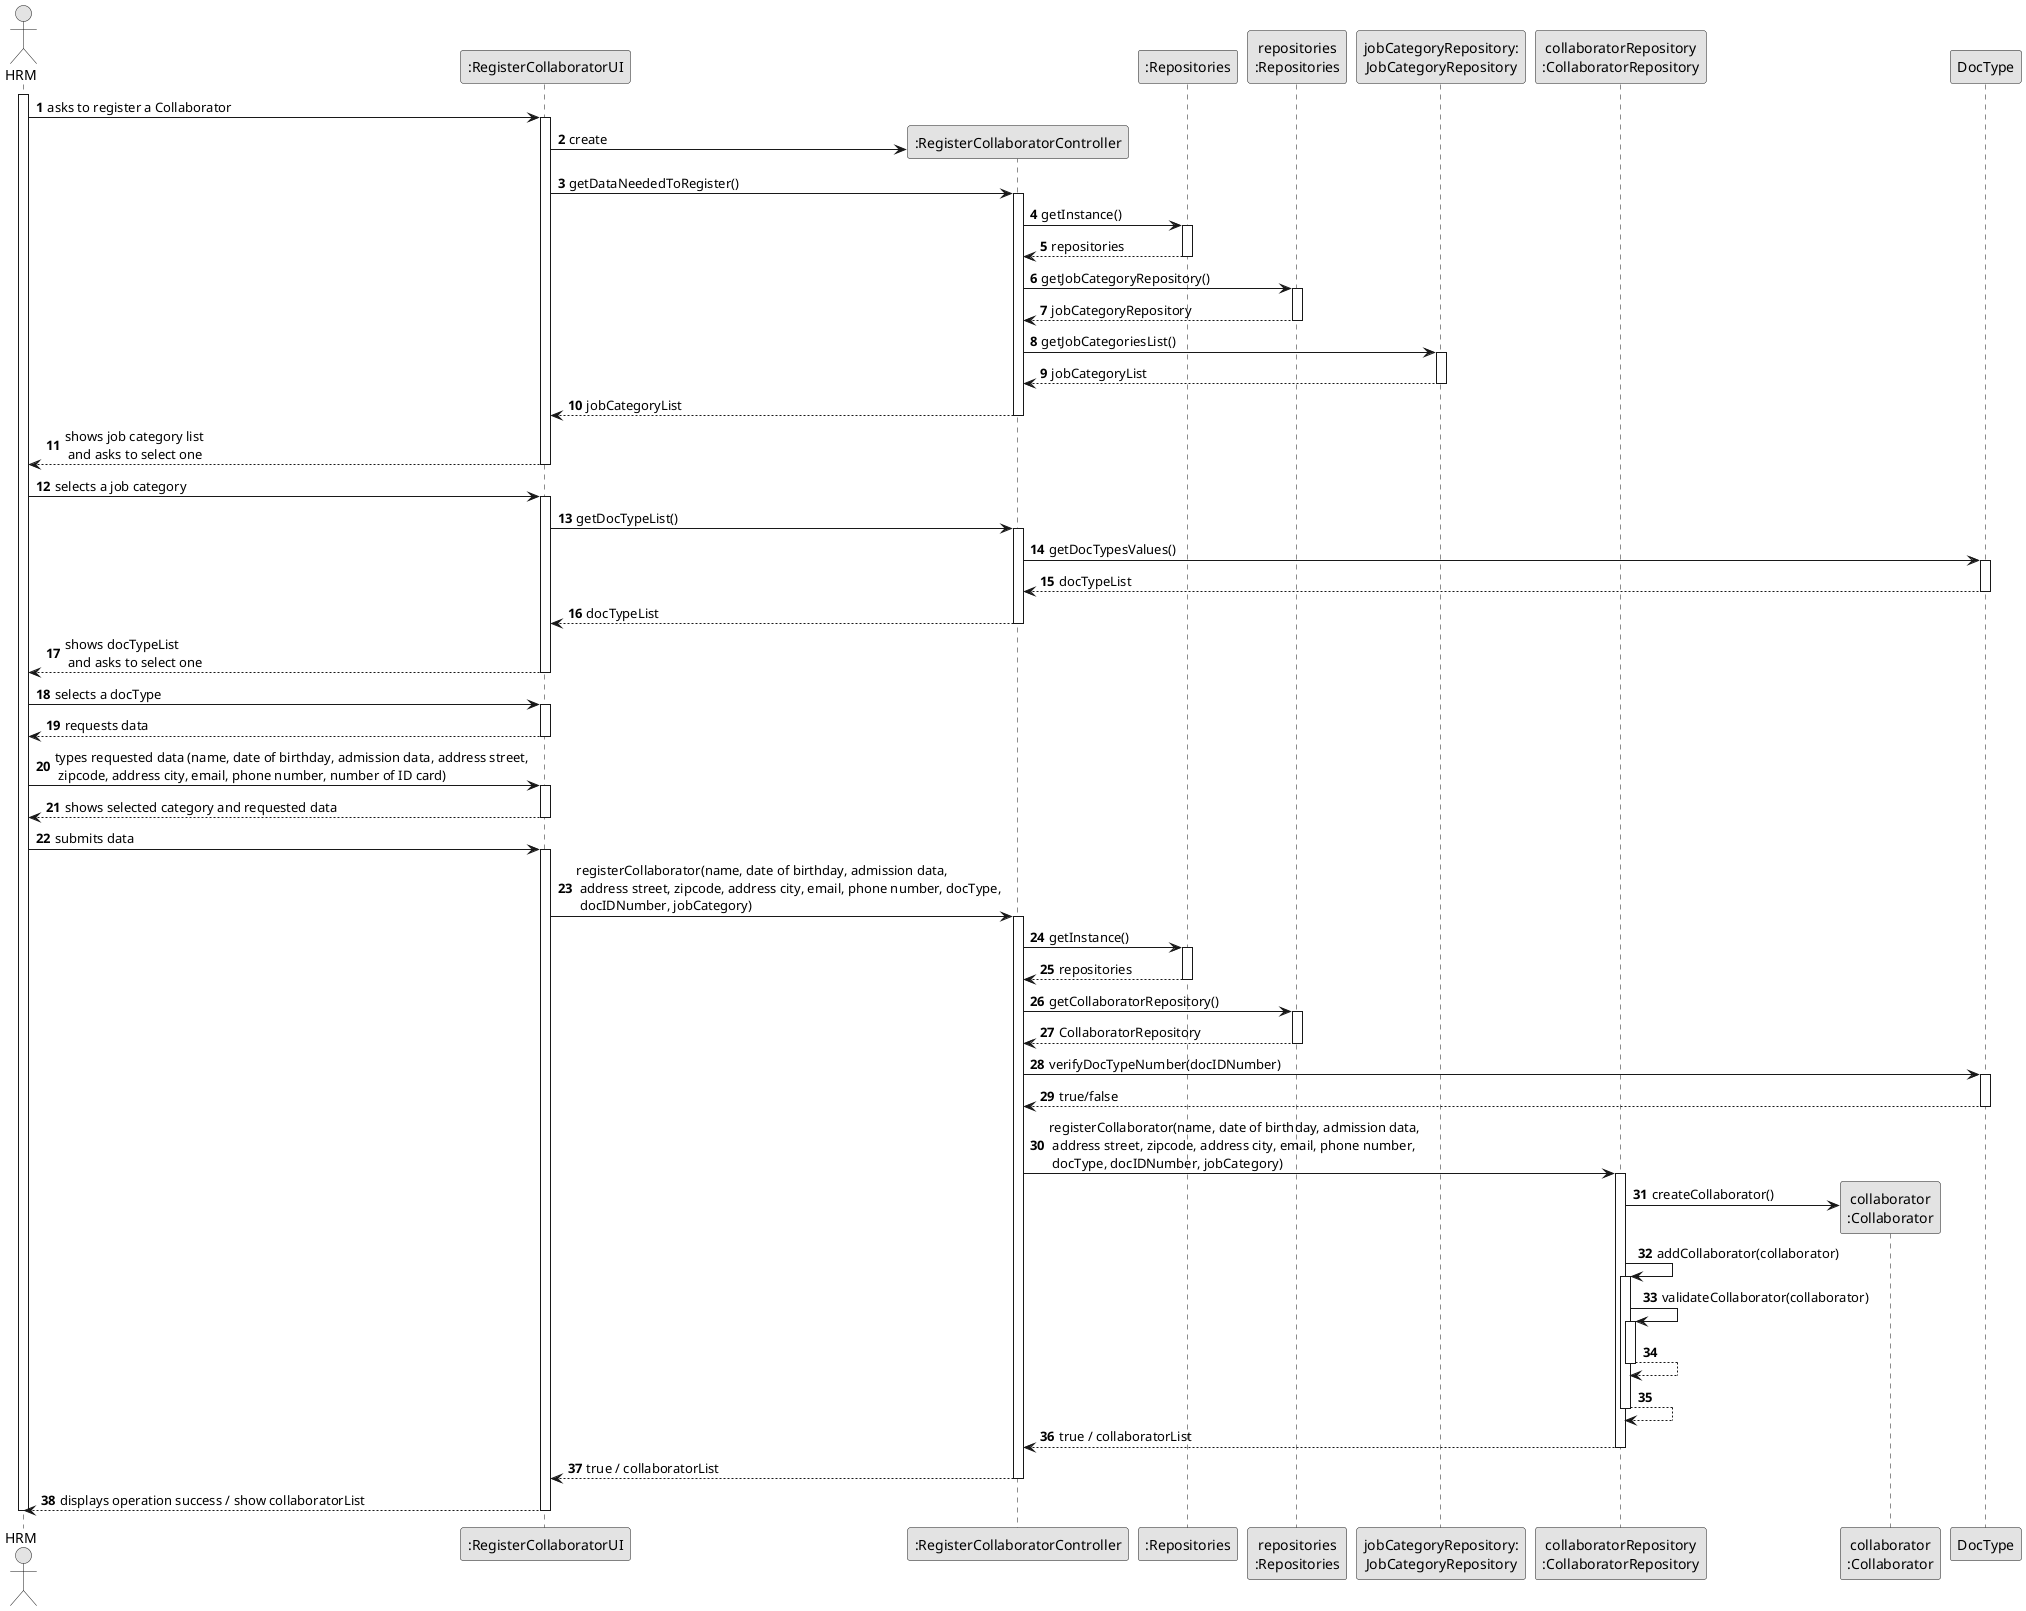
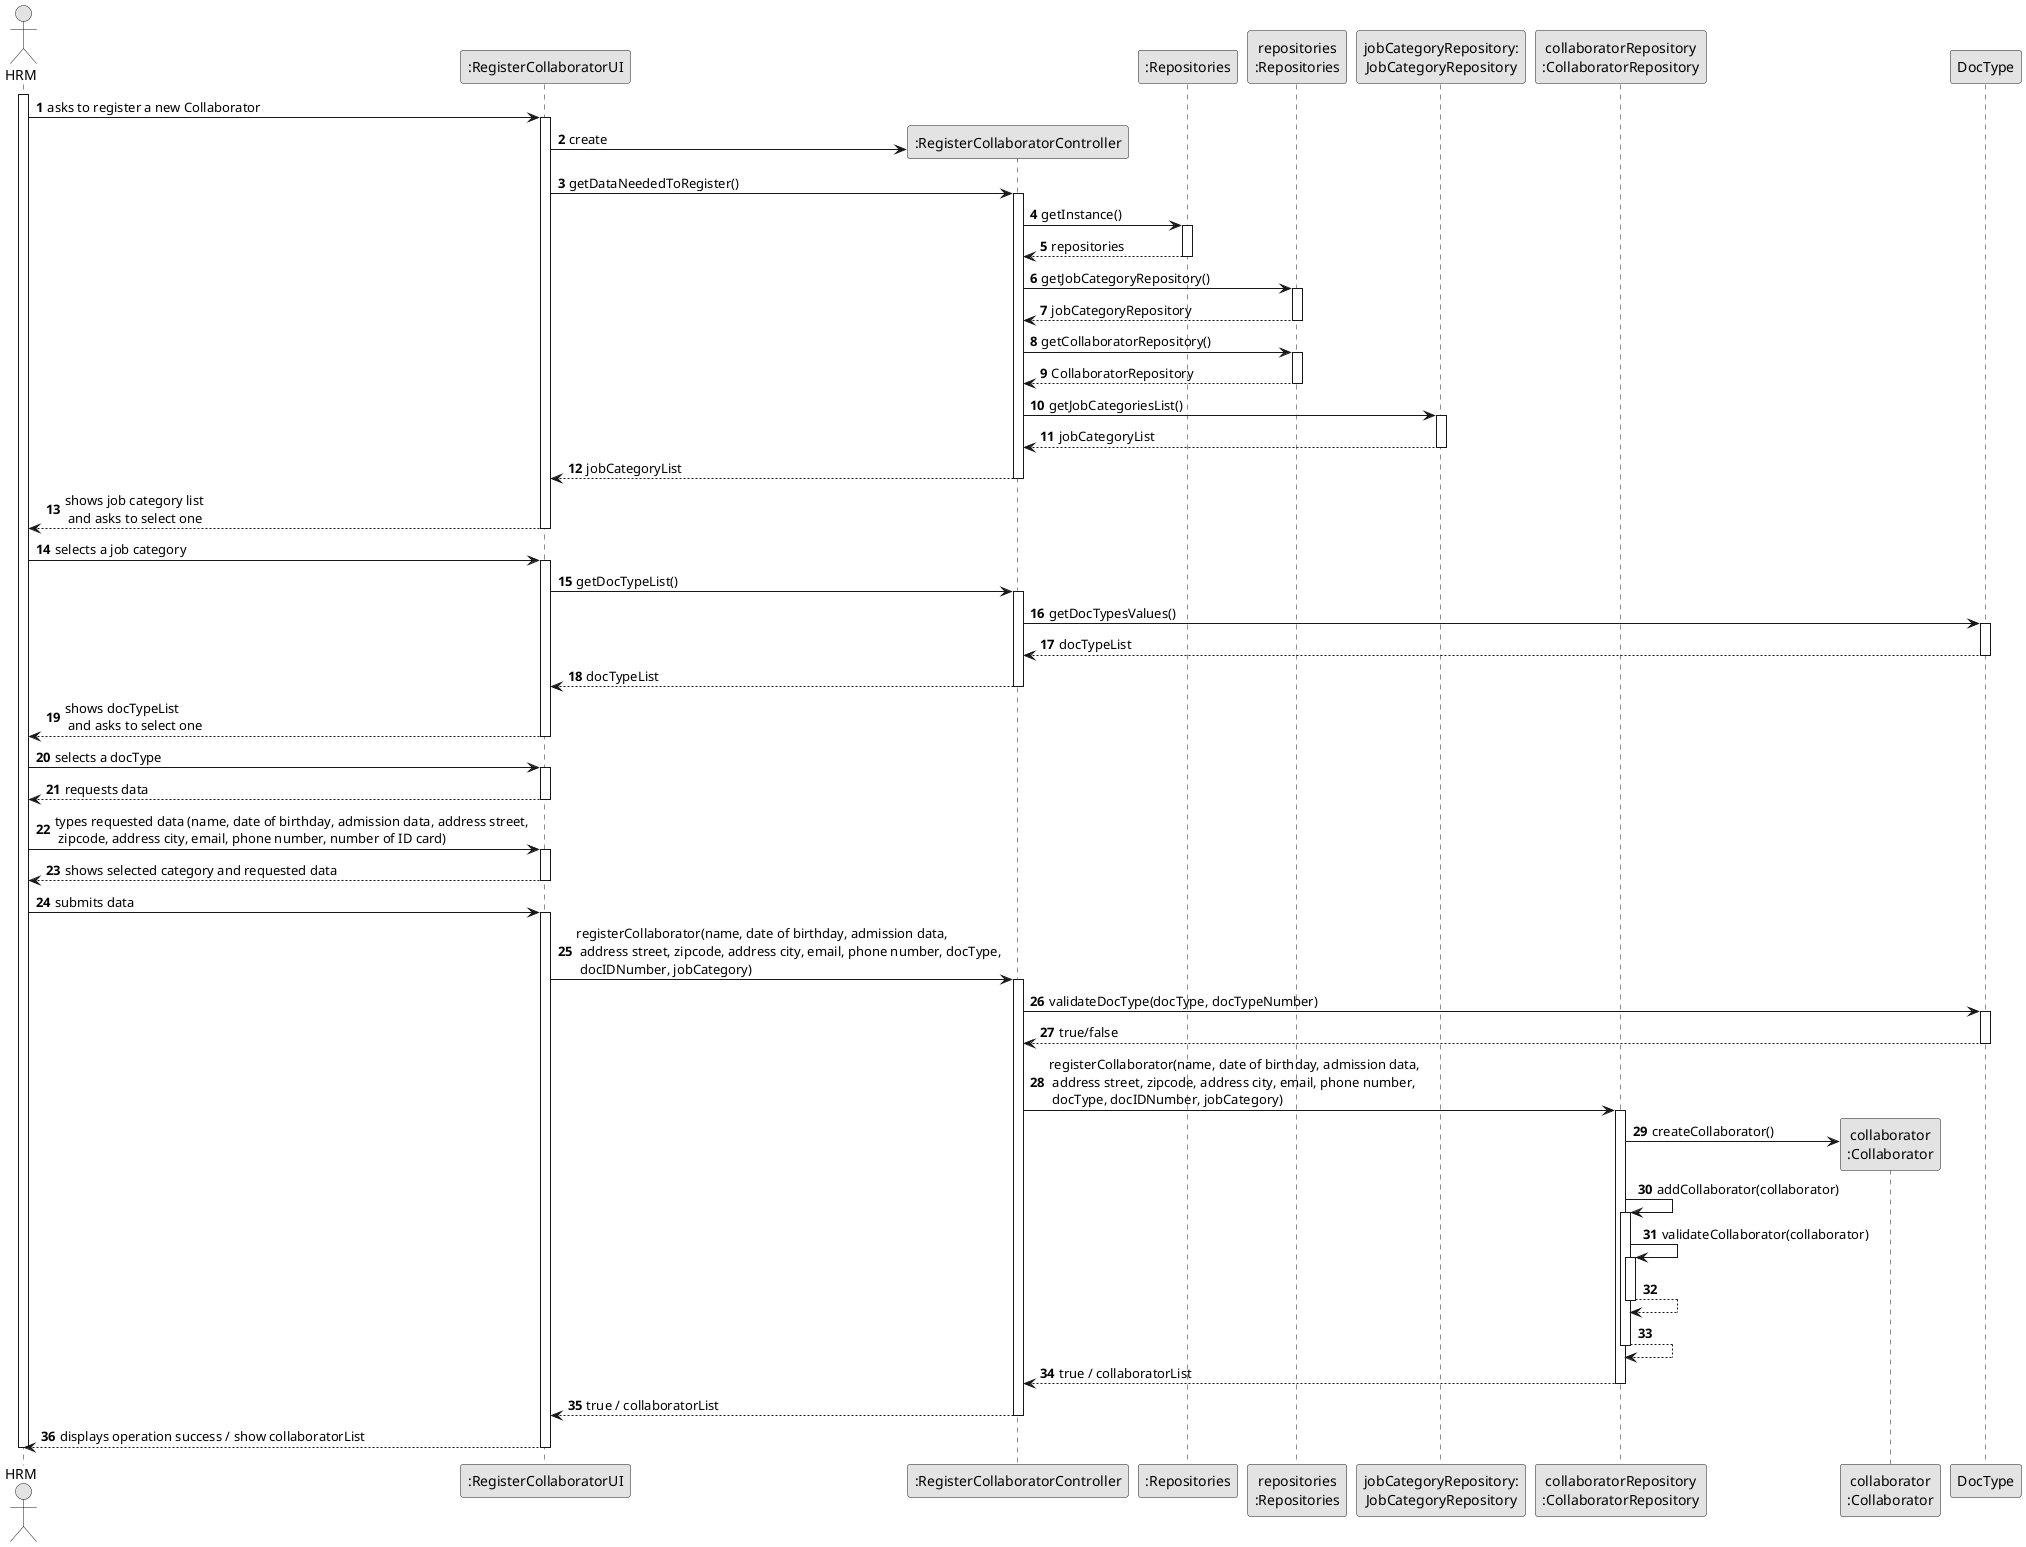
@startuml
skinparam monochrome true
skinparam packageStyle rectangle
skinparam shadowing false

autonumber

'hide footbox
actor "HRM" as HRM
participant ":RegisterCollaboratorUI" as UI
participant ":RegisterCollaboratorController" as CTRL
participant ":Repositories" as RepositorySingleton
participant "repositories\n:Repositories" as PLAT
participant "jobCategoryRepository:\nJobCategoryRepository" as JobCategoryRepository
participant "collaboratorRepository\n:CollaboratorRepository" as CollaboratorRepository
participant "collaborator\n:Collaborator" as Collaborator

activate HRM

-         HRM -> UI : asks to register a Collaborator
+         HRM -> UI : asks to register a new Collaborator

        activate UI

'            UI --> HRM : requests data (reference, description,  informal \n description, technical description, duration, cost)
            'create CTRL
            UI -> CTRL** : create

            UI -> CTRL : getDataNeededToRegister()
            activate CTRL

                CTRL -> RepositorySingleton : getInstance()
                activate RepositorySingleton

                    RepositorySingleton --> CTRL: repositories
                deactivate RepositorySingleton

                CTRL -> PLAT : getJobCategoryRepository()
                activate PLAT

                    PLAT --> CTRL: jobCategoryRepository
                deactivate PLAT

+                 CTRL -> PLAT : getCollaboratorRepository()
+                                             activate PLAT
+ 
+                                                 PLAT --> CTRL: CollaboratorRepository
+                                             deactivate PLAT
+ 
                CTRL -> JobCategoryRepository : getJobCategoriesList()
                activate JobCategoryRepository

                    JobCategoryRepository --> CTRL : jobCategoryList
                deactivate JobCategoryRepository
+ 
+ 







                CTRL --> UI : jobCategoryList
            deactivate CTRL

            UI --> HRM : shows job category list\n and asks to select one
        deactivate UI

    HRM -> UI : selects a job category
    activate UI






    UI -> CTRL : getDocTypeList()
                activate CTRL

                 CTRL -> DocType : getDocTypesValues()
                                 activate DocType

                                    DocType --> CTRL : docTypeList
                                    deactivate DocType

    CTRL --> UI : docTypeList
    deactivate CTRL



    UI --> HRM : shows docTypeList\n and asks to select one
    deactivate UI

    HRM -> UI : selects a docType
    activate UI


    UI --> HRM : requests data
    deactivate UI








    HRM -> UI : types requested data (name, date of birthday, admission data, address street,\n zipcode, address city, email, phone number, number of ID card)
    activate UI



        UI --> HRM : shows selected category and requested data
    deactivate UI

    HRM -> UI : submits data
    activate UI

        UI -> CTRL : registerCollaborator(name, date of birthday, admission data,\n address street, zipcode, address city, email, phone number, docType,\n docIDNumber, jobCategory)
        activate CTRL


-                             CTRL -> RepositorySingleton : getInstance()
-                             activate RepositorySingleton

-                                 RepositorySingleton --> CTRL: repositories
-                             deactivate RepositorySingleton

-                             CTRL -> PLAT : getCollaboratorRepository()
-                             activate PLAT
- 
-                                 PLAT --> CTRL: CollaboratorRepository
-                             deactivate PLAT
- 
-                             CTRL -> DocType : verifyDocTypeNumber(docIDNumber)
+                             CTRL -> DocType : validateDocType(docType, docTypeNumber)
                            activate DocType

                                DocType --> CTRL : true/false
                            deactivate DocType



            CTRL -> CollaboratorRepository: registerCollaborator(name, date of birthday, admission data,\n address street, zipcode, address city, email, phone number,\n docType, docIDNumber, jobCategory)
            activate CollaboratorRepository

                CollaboratorRepository -> Collaborator**: createCollaborator()
                CollaboratorRepository -> CollaboratorRepository: addCollaborator(collaborator)


                activate CollaboratorRepository
                    CollaboratorRepository -> CollaboratorRepository: validateCollaborator(collaborator)
                    activate CollaboratorRepository
                        CollaboratorRepository --> CollaboratorRepository
                    deactivate CollaboratorRepository

                    CollaboratorRepository --> CollaboratorRepository
                deactivate CollaboratorRepository

                CollaboratorRepository --> CTRL : true / collaboratorList

            deactivate CollaboratorRepository

            CTRL --> UI: true / collaboratorList
            deactivate CTRL
            UI --> HRM : displays operation success / show collaboratorList
    deactivate UI

deactivate HRM

@enduml